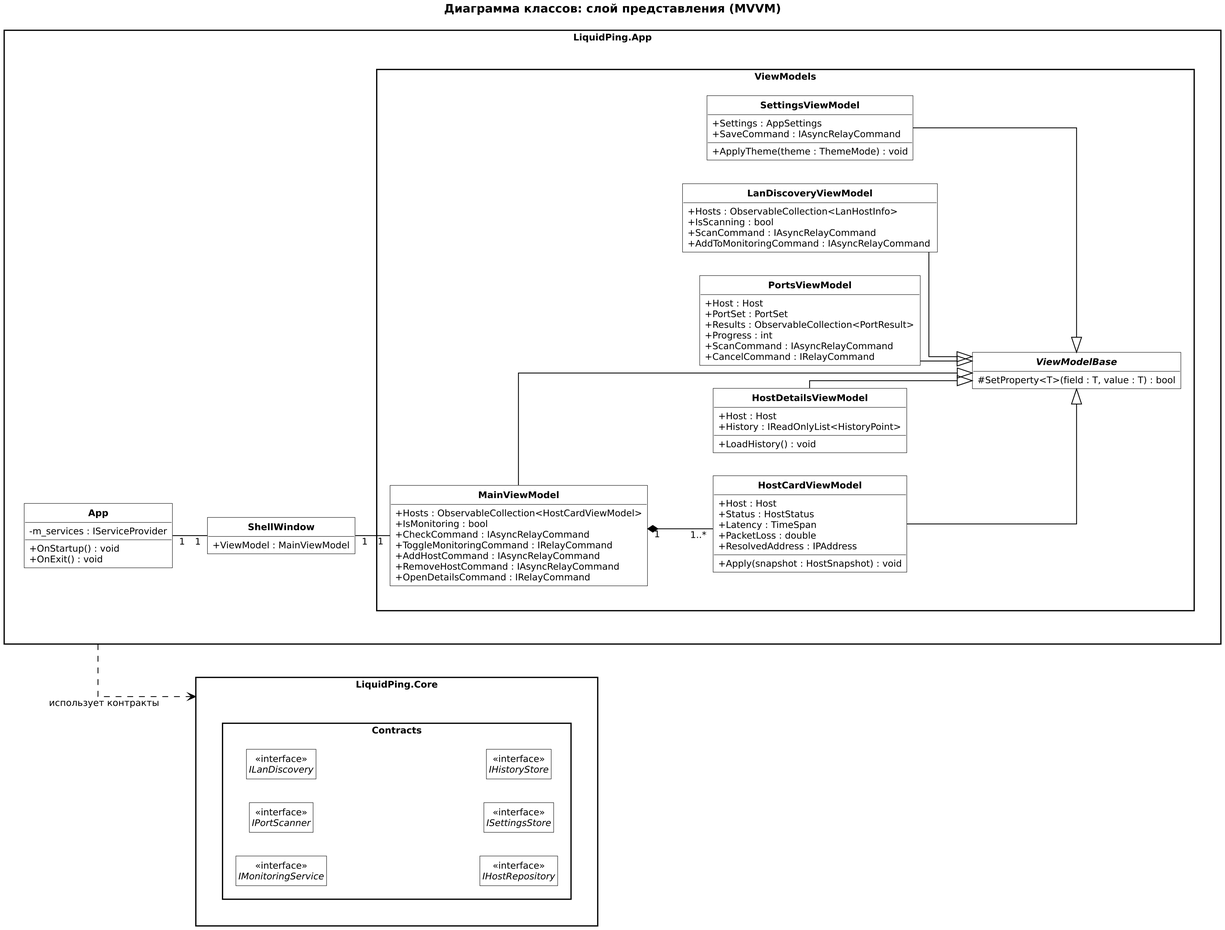
Levandovskii/liquid-ping keeps this PlantUML diagram as docs/uml/img/class-viewmodels.png. Above is the earlier version. Its source is kept beside it as docs/uml/src/class-viewmodels.puml.
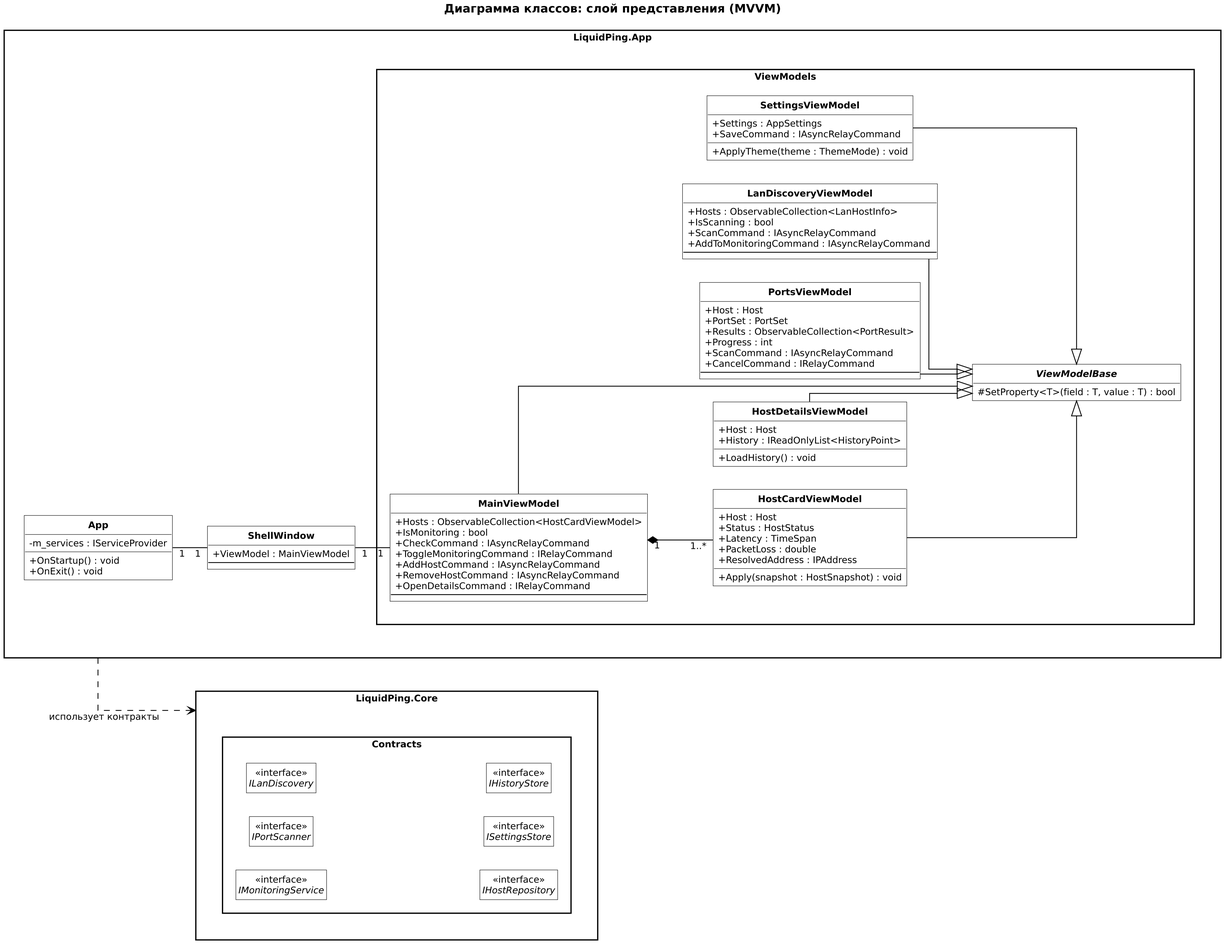
The same diagram one commit later.

Commit message:
fix: add empty space for methods to every class

What changed in the source:
```diff
@@ -34,6 +34,7 @@
 
   class "**ShellWindow**" as ShellWindow {
     +ViewModel : MainViewModel
+    --
   }
 
   package "ViewModels" {
@@ -49,6 +50,7 @@
       +AddHostCommand : IAsyncRelayCommand
       +RemoveHostCommand : IAsyncRelayCommand
       +OpenDetailsCommand : IRelayCommand
+      --
     }
 
     class "**HostCardViewModel**" as HostCardViewModel {
@@ -73,6 +75,7 @@
       +Progress : int
       +ScanCommand : IAsyncRelayCommand
       +CancelCommand : IRelayCommand
+      --
     }
 
     class "**LanDiscoveryViewModel**" as LanDiscoveryViewModel {
@@ -80,6 +83,7 @@
       +IsScanning : bool
       +ScanCommand : IAsyncRelayCommand
       +AddToMonitoringCommand : IAsyncRelayCommand
+      --
     }
 
     class "**SettingsViewModel**" as SettingsViewModel {
```
